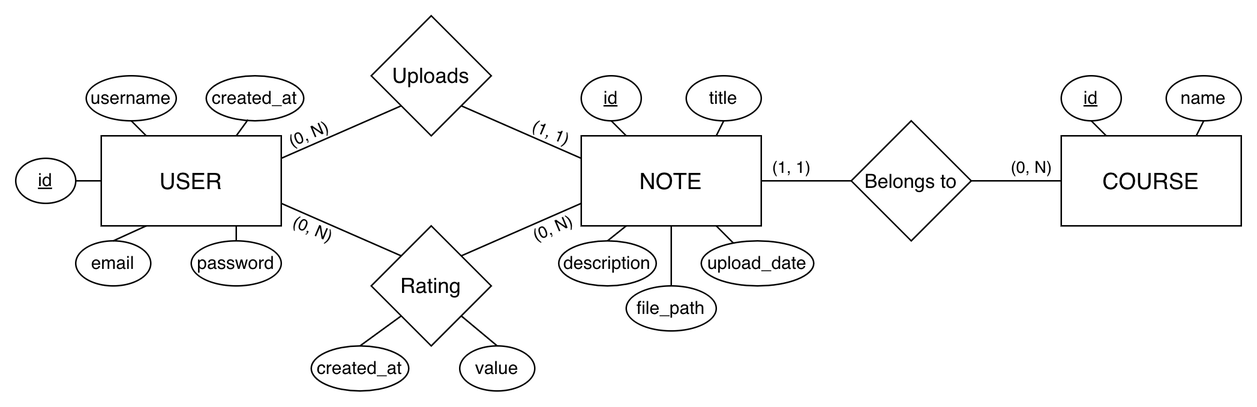
Above: diagrams/ERdiagram.drawio.png in Dusba01/github-wa2526klzwap (draw.io), before the change. Source tidied: cells renumbered, new cells last; positions are measured from the earlier drawing's top-left corner, leaving out a move shared by most shapes.
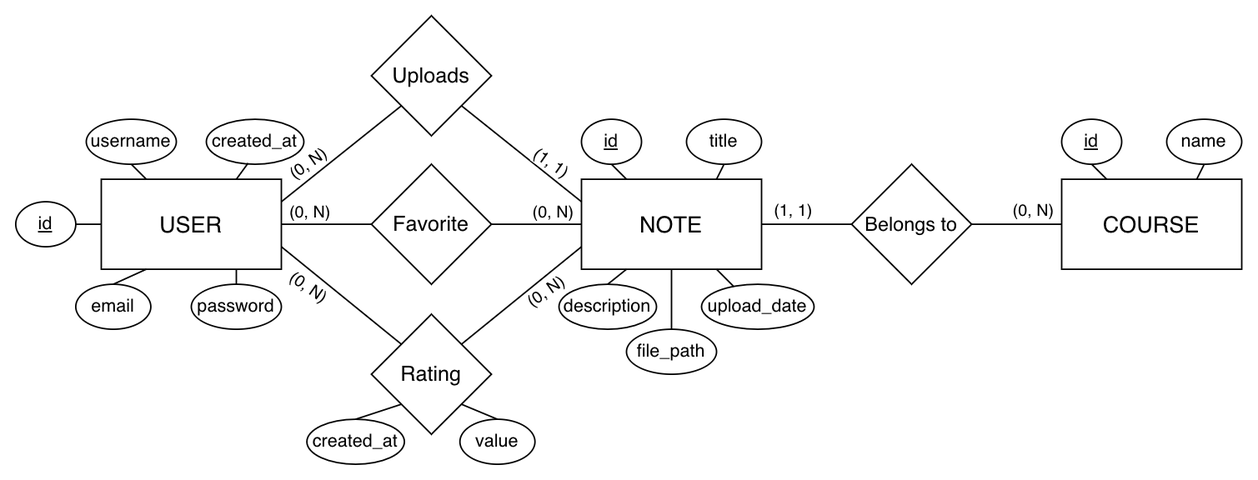
Above is the later version.

Change to the diagram source:
```diff
@@ -12,10 +12,10 @@
       <mxGeometry x="697" y="80" width="120" height="60" as="geometry" />
     </mxCell>
     <mxCell id="5" value="&lt;font style=&quot;font-size: 14px;&quot;&gt;Uploads&lt;/font&gt;" style="rhombus;whiteSpace=wrap;html=1;" parent="1" vertex="1">
-      <mxGeometry x="237" width="80" height="80" as="geometry" />
+      <mxGeometry x="237" y="-29" width="80" height="80" as="geometry" />
     </mxCell>
     <mxCell id="6" value="&lt;font style=&quot;font-size: 14px;&quot;&gt;Rating&lt;/font&gt;" style="rhombus;whiteSpace=wrap;html=1;" parent="1" vertex="1">
-      <mxGeometry x="237" y="140" width="80" height="80" as="geometry" />
+      <mxGeometry x="237" y="170" width="80" height="80" as="geometry" />
     </mxCell>
     <mxCell id="7" value="&lt;font style=&quot;font-size: 13px;&quot;&gt;Belongs&amp;nbsp;&lt;/font&gt;&lt;span style=&quot;font-size: 13px; background-color: transparent; color: light-dark(rgb(0, 0, 0), rgb(255, 255, 255));&quot;&gt;to&lt;/span&gt;" style="rhombus;whiteSpace=wrap;html=1;" parent="1" vertex="1">
       <mxGeometry x="557" y="70" width="80" height="80" as="geometry" />
@@ -26,9 +26,9 @@
     <mxCell id="9" style="endArrow=none;html=1;rounded=0;exitX=1;exitY=0.25;exitDx=0;exitDy=0;entryX=0;entryY=1;entryDx=0;entryDy=0;" parent="1" edge="1" source="2" target="5">
       <mxGeometry relative="1" as="geometry" />
     </mxCell>
-    <mxCell id="10" value="(0, N)" style="edgeLabel;html=1;align=center;verticalAlign=middle;rotation=337;" parent="9" vertex="1">
-      <mxGeometry x="-0.6" y="2" relative="1" as="geometry">
-        <mxPoint x="3" y="-8" as="offset" />
+    <mxCell id="10" value="(0, N)" style="edgeLabel;html=1;align=center;verticalAlign=middle;rotation=325;" parent="9" vertex="1">
+      <mxGeometry x="-0.6" y="3" relative="1" as="geometry">
+        <mxPoint x="3" y="-10" as="offset" />
       </mxGeometry>
     </mxCell>
     <mxCell id="11" style="endArrow=none;html=1;rounded=0;exitX=1;exitY=1;exitDx=0;exitDy=0;entryX=0;entryY=0.25;entryDx=0;entryDy=0;" parent="1" edge="1" source="5" target="3">
@@ -43,18 +43,18 @@
     <mxCell id="14" style="endArrow=none;html=1;rounded=0;exitX=0;exitY=0.5;exitDx=0;exitDy=0;entryX=1;entryY=0.5;entryDx=0;entryDy=0;" parent="1" edge="1" source="4" target="7">
       <mxGeometry relative="1" as="geometry" />
     </mxCell>
-    <mxCell id="15" value="(1, 1)" style="edgeLabel;html=1;align=center;verticalAlign=middle;rotation=23;" parent="1" vertex="1">
-      <mxGeometry x="356" y="77" as="geometry">
+    <mxCell id="15" value="(1, 1)" style="edgeLabel;html=1;align=center;verticalAlign=middle;rotation=35;" parent="1" vertex="1">
+      <mxGeometry x="356" y="68" as="geometry">
         <mxPoint x="0.9" y="-0.4" as="offset" />
       </mxGeometry>
     </mxCell>
-    <mxCell id="16" value="(0, N)" style="edgeLabel;html=1;align=center;verticalAlign=middle;rotation=23;" parent="1" vertex="1">
-      <mxGeometry x="194" y="141" as="geometry">
+    <mxCell id="16" value="(0, N)" style="edgeLabel;html=1;align=center;verticalAlign=middle;rotation=35;" parent="1" vertex="1">
+      <mxGeometry x="192" y="150" as="geometry">
         <mxPoint x="3.5" y="-0.7" as="offset" />
       </mxGeometry>
     </mxCell>
-    <mxCell id="17" value="(0, N)" style="edgeLabel;html=1;align=center;verticalAlign=middle;rotation=337;" parent="1" vertex="1">
-      <mxGeometry x="277" y="112" as="geometry">
+    <mxCell id="17" value="(0, N)" style="edgeLabel;html=1;align=center;verticalAlign=middle;rotation=325;" parent="1" vertex="1">
+      <mxGeometry x="268" y="142" as="geometry">
         <mxPoint x="61.9" y="58.9" as="offset" />
       </mxGeometry>
     </mxCell>
@@ -99,10 +99,10 @@
       <mxGeometry relative="1" as="geometry" />
     </mxCell>
     <mxCell id="30" value="created_at" style="ellipse;whiteSpace=wrap;html=1;align=center;" parent="1" vertex="1">
-      <mxGeometry x="197" y="220" width="65" height="30" as="geometry" />
+      <mxGeometry x="194" y="240" width="65" height="30" as="geometry" />
     </mxCell>
     <mxCell id="31" value="value" style="ellipse;whiteSpace=wrap;html=1;align=center;" parent="1" vertex="1">
-      <mxGeometry x="296" y="220" width="50" height="30" as="geometry" />
+      <mxGeometry x="296" y="240" width="50" height="30" as="geometry" />
     </mxCell>
     <mxCell id="32" style="endArrow=none;html=1;rounded=0;exitX=0.5;exitY=0;exitDx=0;exitDy=0;entryX=0;entryY=1;entryDx=0;entryDy=0;" parent="1" edge="1" source="30" target="6">
       <mxGeometry relative="1" as="geometry" />
@@ -152,5 +152,24 @@
     <mxCell id="47" style="endArrow=none;html=1;rounded=0;exitX=0.5;exitY=1;exitDx=0;exitDy=0;entryX=0.75;entryY=0;entryDx=0;entryDy=0;" parent="1" edge="1" source="39" target="3">
       <mxGeometry relative="1" as="geometry" />
     </mxCell>
+    <mxCell id="48" value="&lt;font style=&quot;font-size: 14px;&quot;&gt;Favorite&lt;/font&gt;" style="rhombus;whiteSpace=wrap;html=1;" parent="1" vertex="1">
+      <mxGeometry x="237" y="70" width="80" height="80" as="geometry" />
+    </mxCell>
+    <mxCell id="49" style="endArrow=none;html=1;rounded=0;entryX=1;entryY=0.5;entryDx=0;entryDy=0;exitX=0;exitY=0.5;exitDx=0;exitDy=0;" parent="1" edge="1" source="48" target="2">
+      <mxGeometry relative="1" as="geometry" />
+    </mxCell>
+    <mxCell id="50" style="endArrow=none;html=1;rounded=0;entryX=1;entryY=0.5;entryDx=0;entryDy=0;exitX=0;exitY=0.5;exitDx=0;exitDy=0;" parent="1" edge="1" source="3" target="48">
+      <mxGeometry relative="1" as="geometry" />
+    </mxCell>
+    <mxCell id="51" value="(0, N)" style="edgeLabel;html=1;align=center;verticalAlign=middle;rotation=0;" parent="1" vertex="1">
+      <mxGeometry x="192" y="102" as="geometry">
+        <mxPoint x="3.5" y="-0.7" as="offset" />
+      </mxGeometry>
+    </mxCell>
+    <mxCell id="52" value="(0, N)" style="edgeLabel;html=1;align=center;verticalAlign=middle;rotation=0;" parent="1" vertex="1">
+      <mxGeometry x="354" y="102" as="geometry">
+        <mxPoint x="3.5" y="-0.7" as="offset" />
+      </mxGeometry>
+    </mxCell>
   </root>
 </mxGraphModel>
```
